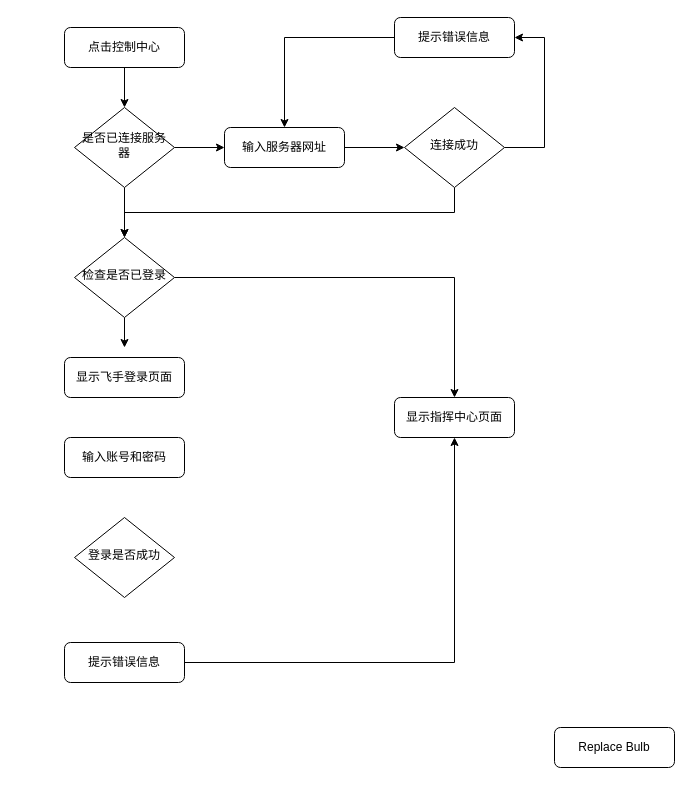
Before: 指挥中心.drawio in xubinlu/android-journey, a draw.io diagram. Source tidied: cells renumbered, new cells numbered last; positions are measured from the earlier drawing's top-left corner, leaving out a move shared by most shapes. Both pictures are drawn from the tidied source at 100%, with x=0, y=0 at pixel (64, 17).
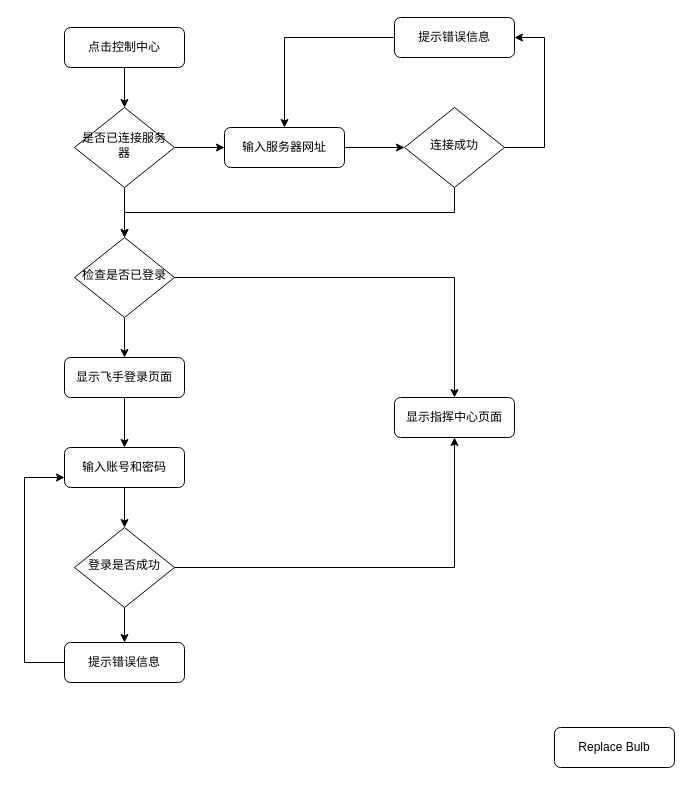
After the change.

Commit message (it also covers changes not shown here):
更新指挥中心.drawio

Unchanged cells that the change refers to:
```xml
<mxCell id="6" value="检查是否已登录" style="rhombus;whiteSpace=wrap;html=1;shadow=0;fontFamily=Helvetica;fontSize=12;align=center;strokeWidth=1;spacing=6;spacingTop=-4;" parent="1" vertex="1">
  <mxGeometry x="10" y="220" width="100" height="80" as="geometry" />
</mxCell>
<mxCell id="7" value="显示指挥中心页面" style="rounded=1;whiteSpace=wrap;html=1;fontSize=12;glass=0;strokeWidth=1;shadow=0;" parent="1" vertex="1">
  <mxGeometry x="330" y="380" width="120" height="40" as="geometry" />
</mxCell>
<mxCell id="10" value="显示飞手登录页面" style="rounded=1;whiteSpace=wrap;html=1;" parent="1" vertex="1">
  <mxGeometry y="340" width="120" height="40" as="geometry" />
</mxCell>
<mxCell id="13" value="提示错误信息" style="rounded=1;whiteSpace=wrap;html=1;fontSize=12;glass=0;strokeWidth=1;shadow=0;" parent="1" vertex="1">
  <mxGeometry y="625" width="120" height="40" as="geometry" />
</mxCell>
```

Diff of the diagram source:
```diff
@@
-    <mxCell id="4" style="edgeStyle=orthogonalEdgeStyle;rounded=0;jettySize=auto;html=1;exitX=0.5;exitY=1;exitDx=0;exitDy=0;entryX=0.5;entryY=0;entryDx=0;entryDy=0;" parent="1" edge="1" source="6">
-      <mxGeometry relative="1" as="geometry">
-        <mxPoint x="60" y="330" as="targetPoint" />
-      </mxGeometry>
-    </mxCell>
@@
+    <mxCell id="24" style="edgeStyle=orthogonalEdgeStyle;rounded=0;jettySize=auto;html=1;exitX=0.5;exitY=1;exitDx=0;exitDy=0;entryX=0.5;entryY=0;entryDx=0;entryDy=0;" parent="1" edge="1" source="6" target="10">
+      <mxGeometry relative="1" as="geometry" />
+    </mxCell>
@@
+    <mxCell id="25" style="edgeStyle=orthogonalEdgeStyle;rounded=0;jettySize=auto;html=1;exitX=0.5;exitY=1;exitDx=0;exitDy=0;entryX=0.5;entryY=0;entryDx=0;entryDy=0;" parent="1" edge="1" source="8" target="11">
+      <mxGeometry relative="1" as="geometry" />
+    </mxCell>
     <mxCell id="8" value="输入账号和密码" style="rounded=1;whiteSpace=wrap;html=1;fontSize=12;glass=0;strokeWidth=1;shadow=0;" parent="1" vertex="1">
-      <mxGeometry y="420" width="120" height="40" as="geometry" />
+      <mxGeometry y="430" width="120" height="40" as="geometry" />
     </mxCell>
@@
+    <mxCell id="26" style="edgeStyle=orthogonalEdgeStyle;rounded=0;jettySize=auto;html=1;exitX=0.5;exitY=1;exitDx=0;exitDy=0;entryX=0.5;entryY=0;entryDx=0;entryDy=0;" parent="1" edge="1" source="10" target="8">
+      <mxGeometry relative="1" as="geometry" />
+    </mxCell>
@@
+    <mxCell id="27" style="edgeStyle=orthogonalEdgeStyle;rounded=0;jettySize=auto;html=1;exitX=0.5;exitY=1;exitDx=0;exitDy=0;entryX=0.5;entryY=0;entryDx=0;entryDy=0;" parent="1" edge="1" source="11" target="13">
+      <mxGeometry relative="1" as="geometry" />
+    </mxCell>
+    <mxCell id="28" style="edgeStyle=orthogonalEdgeStyle;rounded=0;jettySize=auto;html=1;exitX=1;exitY=0.5;exitDx=0;exitDy=0;entryX=0.5;entryY=1;entryDx=0;entryDy=0;" parent="1" edge="1" source="11" target="7">
+      <mxGeometry relative="1" as="geometry" />
+    </mxCell>
     <mxCell id="11" value="登录是否成功" style="rhombus;whiteSpace=wrap;html=1;shadow=0;fontFamily=Helvetica;fontSize=12;align=center;strokeWidth=1;spacing=6;spacingTop=-4;" parent="1" vertex="1">
-      <mxGeometry x="10" y="500" width="100" height="80" as="geometry" />
+      <mxGeometry x="10" y="510" width="100" height="80" as="geometry" />
     </mxCell>
-    <mxCell id="12" style="edgeStyle=orthogonalEdgeStyle;rounded=0;jettySize=auto;html=1;exitX=1;exitY=0.5;exitDx=0;exitDy=0;entryX=0.5;entryY=1;entryDx=0;entryDy=0;" parent="1" edge="1" source="13" target="7">
-      <mxGeometry relative="1" as="geometry" />
-    </mxCell>
+    <mxCell id="29" style="edgeStyle=orthogonalEdgeStyle;rounded=0;jettySize=auto;html=1;exitX=0;exitY=0.5;exitDx=0;exitDy=0;entryX=0;entryY=0.75;entryDx=0;entryDy=0;" parent="1" edge="1" source="13" target="8">
+      <mxGeometry relative="1" as="geometry">
+        <Array as="points">
+          <mxPoint x="-40" y="645" />
+          <mxPoint x="-40" y="460" />
+        </Array>
+      </mxGeometry>
+    </mxCell>
```
